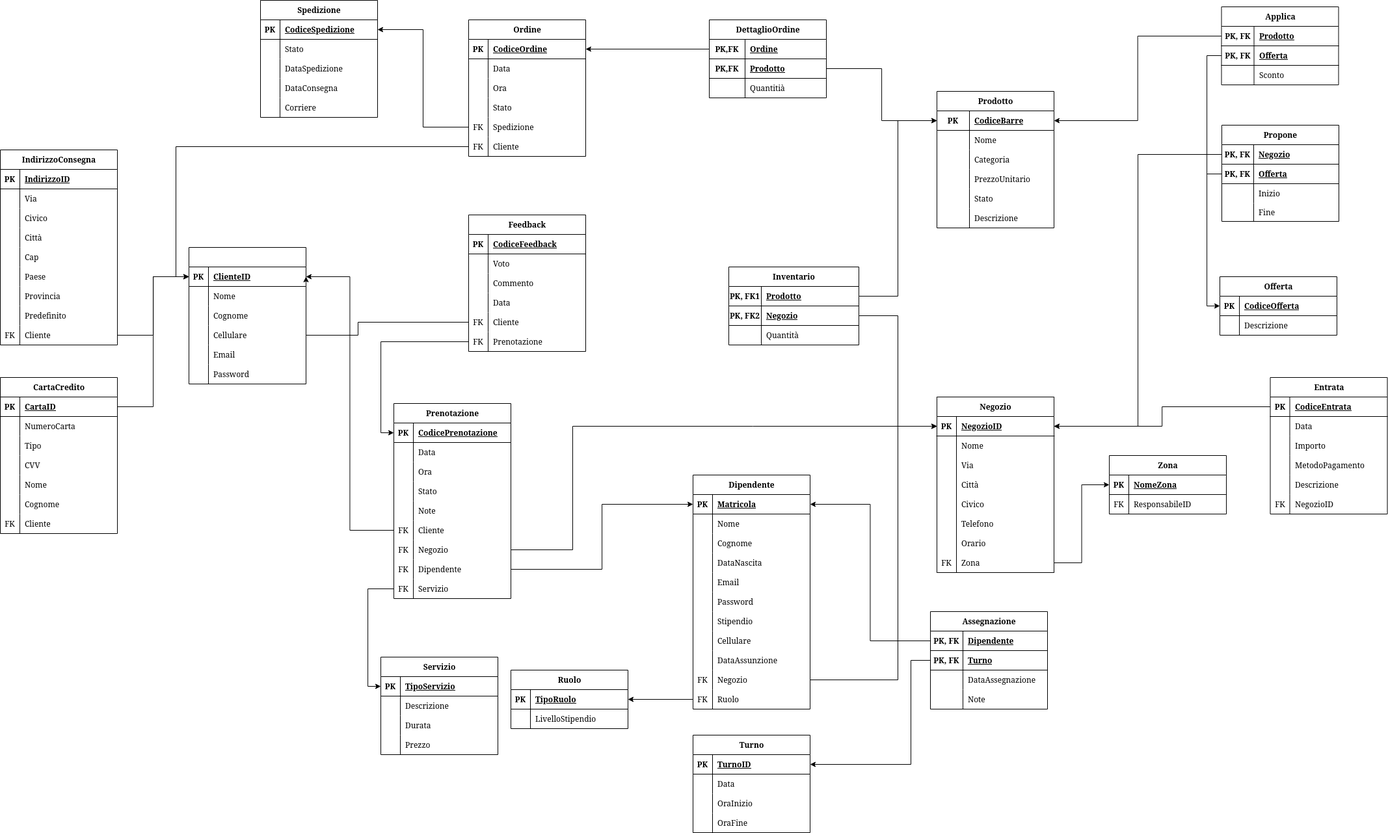
Above: fase_tre/images/logico.png in IonutZbir/ProgettoDatabase (draw.io), before the change. Source tidied: cells renumbered, new cells last; positions are measured from the earlier drawing's top-left corner, leaving out a move shared by most shapes.
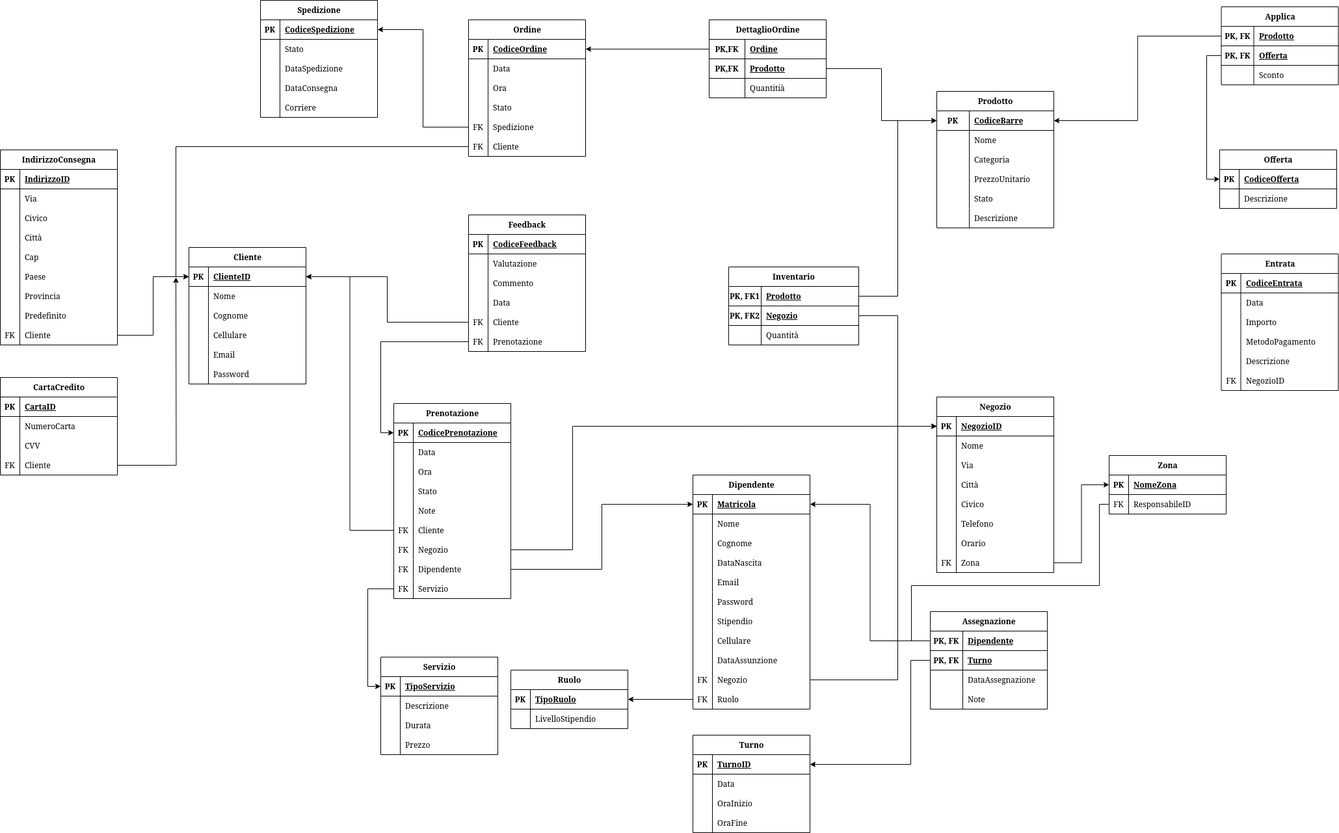
Above is the later version.

Change to the diagram source:
```diff
@@ -165,7 +165,7 @@
       <mxGeometry x="50" width="130" height="30" as="geometry" />
     </mxCell>
     <mxCell id="56" value="Entrata" style="shape=table;startSize=30;rowLines=0;fontStyle=1;align=center;html=1;" parent="1" vertex="1">
-      <mxGeometry x="1952.5" y="580" width="180" height="210" as="geometry" />
+      <mxGeometry x="1877.5" y="390" width="180" height="210" as="geometry" />
     </mxCell>
     <mxCell id="57" style="shape=tableRow;horizontal=0;startSize=0;swimlaneHead=0;swimlaneBody=0;fillColor=none;points=[[0,0.5],[1,0.5]];portConstraint=eastwest;top=0;left=0;right=0;bottom=1;" parent="56" vertex="1">
       <mxGeometry y="30" width="180" height="30" as="geometry" />
@@ -584,7 +584,7 @@
     <mxCell id="195" style="shape=partialRectangle;fillColor=none;top=0;left=0;bottom=0;right=0;overflow=hidden;whiteSpace=wrap;html=1;" parent="194" vertex="1">
       <mxGeometry width="30" height="30" as="geometry" />
     </mxCell>
-    <mxCell id="196" value="Voto" style="shape=partialRectangle;fillColor=none;top=0;left=0;bottom=0;right=0;align=left;spacingLeft=6;overflow=hidden;whiteSpace=wrap;html=1;" parent="194" vertex="1">
+    <mxCell id="196" value="Valutazione" style="shape=partialRectangle;fillColor=none;top=0;left=0;bottom=0;right=0;align=left;spacingLeft=6;overflow=hidden;whiteSpace=wrap;html=1;" parent="194" vertex="1">
       <mxGeometry x="30" width="150" height="30" as="geometry" />
     </mxCell>
     <mxCell id="197" style="shape=tableRow;horizontal=0;startSize=0;swimlaneHead=0;swimlaneBody=0;fillColor=none;top=0;left=0;right=0;bottom=0;" parent="190" vertex="1">
@@ -623,7 +623,7 @@
     <mxCell id="208" value="Prenotazione" style="shape=partialRectangle;fillColor=none;top=0;left=0;bottom=0;right=0;align=left;spacingLeft=6;overflow=hidden;whiteSpace=wrap;html=1;" parent="206" vertex="1">
       <mxGeometry x="30" width="150" height="30" as="geometry" />
     </mxCell>
-    <mxCell id="209" value="&amp;nbsp;" style="shape=table;startSize=30;rowLines=0;fontStyle=1;align=center;html=1;" parent="1" vertex="1">
+    <mxCell id="209" value="Cliente" style="shape=table;startSize=30;rowLines=0;fontStyle=1;align=center;html=1;" parent="1" vertex="1">
       <mxGeometry x="290" y="380" width="180" height="210" as="geometry" />
     </mxCell>
     <mxCell id="210" style="shape=tableRow;horizontal=0;startSize=0;swimlaneHead=0;swimlaneBody=0;fillColor=none;points=[[0,0.5],[1,0.5]];portConstraint=eastwest;top=0;left=0;right=0;bottom=1;" parent="209" vertex="1">
@@ -681,7 +681,7 @@
       <mxGeometry x="30" width="150" height="30" as="geometry" />
     </mxCell>
     <mxCell id="228" value="CartaCredito" style="shape=table;startSize=30;rowLines=0;fontStyle=1;align=center;html=1;" parent="1" vertex="1">
-      <mxGeometry y="580" width="180" height="240" as="geometry" />
+      <mxGeometry y="580" width="180" height="150" as="geometry" />
     </mxCell>
     <mxCell id="229" style="shape=tableRow;horizontal=0;startSize=0;swimlaneHead=0;swimlaneBody=0;fillColor=none;points=[[0,0.5],[1,0.5]];portConstraint=eastwest;top=0;left=0;right=0;bottom=1;" parent="228" vertex="1">
       <mxGeometry y="30" width="180" height="30" as="geometry" />
@@ -701,17 +701,8 @@
     <mxCell id="234" value="NumeroCarta" style="shape=partialRectangle;fillColor=none;top=0;left=0;bottom=0;right=0;align=left;spacingLeft=6;overflow=hidden;whiteSpace=wrap;html=1;" parent="232" vertex="1">
       <mxGeometry x="30" width="150" height="30" as="geometry" />
     </mxCell>
-    <mxCell id="235" style="shape=tableRow;horizontal=0;startSize=0;swimlaneHead=0;swimlaneBody=0;fillColor=none;top=0;left=0;right=0;bottom=0;" parent="228" vertex="1">
-      <mxGeometry y="90" width="180" height="30" as="geometry" />
-    </mxCell>
-    <mxCell id="236" style="shape=partialRectangle;fillColor=none;top=0;left=0;bottom=0;right=0;overflow=hidden;whiteSpace=wrap;html=1;" parent="235" vertex="1">
-      <mxGeometry width="30" height="30" as="geometry" />
-    </mxCell>
-    <mxCell id="237" value="Tipo" style="shape=partialRectangle;fillColor=none;top=0;left=0;bottom=0;right=0;align=left;spacingLeft=6;overflow=hidden;whiteSpace=wrap;html=1;" parent="235" vertex="1">
-      <mxGeometry x="30" width="150" height="30" as="geometry" />
-    </mxCell>
     <mxCell id="238" style="shape=tableRow;horizontal=0;startSize=0;swimlaneHead=0;swimlaneBody=0;fillColor=none;top=0;left=0;right=0;bottom=0;" parent="228" vertex="1">
-      <mxGeometry y="120" width="180" height="30" as="geometry" />
+      <mxGeometry y="90" width="180" height="30" as="geometry" />
     </mxCell>
     <mxCell id="239" style="shape=partialRectangle;fillColor=none;top=0;left=0;bottom=0;right=0;overflow=hidden;whiteSpace=wrap;html=1;" parent="238" vertex="1">
       <mxGeometry width="30" height="30" as="geometry" />
@@ -719,26 +710,8 @@
     <mxCell id="240" value="CVV" style="shape=partialRectangle;fillColor=none;top=0;left=0;bottom=0;right=0;align=left;spacingLeft=6;overflow=hidden;whiteSpace=wrap;html=1;" parent="238" vertex="1">
       <mxGeometry x="30" width="150" height="30" as="geometry" />
     </mxCell>
-    <mxCell id="241" style="shape=tableRow;horizontal=0;startSize=0;swimlaneHead=0;swimlaneBody=0;fillColor=none;top=0;left=0;right=0;bottom=0;" parent="228" vertex="1">
-      <mxGeometry y="150" width="180" height="30" as="geometry" />
-    </mxCell>
-    <mxCell id="242" style="shape=partialRectangle;fillColor=none;top=0;left=0;bottom=0;right=0;overflow=hidden;whiteSpace=wrap;html=1;" parent="241" vertex="1">
-      <mxGeometry width="30" height="30" as="geometry" />
-    </mxCell>
-    <mxCell id="243" value="Nome" style="shape=partialRectangle;fillColor=none;top=0;left=0;bottom=0;right=0;align=left;spacingLeft=6;overflow=hidden;whiteSpace=wrap;html=1;" parent="241" vertex="1">
-      <mxGeometry x="30" width="150" height="30" as="geometry" />
-    </mxCell>
-    <mxCell id="244" style="shape=tableRow;horizontal=0;startSize=0;swimlaneHead=0;swimlaneBody=0;fillColor=none;top=0;left=0;right=0;bottom=0;" parent="228" vertex="1">
-      <mxGeometry y="180" width="180" height="30" as="geometry" />
-    </mxCell>
-    <mxCell id="245" style="shape=partialRectangle;fillColor=none;top=0;left=0;bottom=0;right=0;overflow=hidden;whiteSpace=wrap;html=1;" parent="244" vertex="1">
-      <mxGeometry width="30" height="30" as="geometry" />
-    </mxCell>
-    <mxCell id="246" value="Cognome" style="shape=partialRectangle;fillColor=none;top=0;left=0;bottom=0;right=0;align=left;spacingLeft=6;overflow=hidden;whiteSpace=wrap;html=1;" parent="244" vertex="1">
-      <mxGeometry x="30" width="150" height="30" as="geometry" />
-    </mxCell>
     <mxCell id="247" style="shape=tableRow;horizontal=0;startSize=0;swimlaneHead=0;swimlaneBody=0;fillColor=none;points=[[0,0.5],[1,0.5]];portConstraint=eastwest;top=0;left=0;right=0;bottom=0;" parent="228" vertex="1">
-      <mxGeometry y="210" width="180" height="30" as="geometry" />
+      <mxGeometry y="120" width="180" height="30" as="geometry" />
     </mxCell>
     <mxCell id="248" value="FK" style="shape=partialRectangle;fillColor=none;top=0;left=0;bottom=0;right=0;overflow=hidden;whiteSpace=wrap;html=1;" parent="247" vertex="1">
       <mxGeometry width="30" height="30" as="geometry" />
@@ -966,7 +939,7 @@
       <mxGeometry x="55" width="125" height="30" as="geometry" />
     </mxCell>
     <mxCell id="323" value="Offerta" style="shape=table;startSize=30;rowLines=0;fontStyle=1;align=center;html=1;" parent="1" vertex="1">
-      <mxGeometry x="1875" y="425" width="180" height="90" as="geometry" />
+      <mxGeometry x="1875" y="230" width="180" height="90" as="geometry" />
     </mxCell>
     <mxCell id="324" style="shape=tableRow;horizontal=0;startSize=0;swimlaneHead=0;swimlaneBody=0;fillColor=none;points=[[0,0.5],[1,0.5]];portConstraint=eastwest;top=0;left=0;right=0;bottom=1;" parent="323" vertex="1">
       <mxGeometry y="30" width="180" height="30" as="geometry" />
@@ -1016,45 +989,6 @@
     <mxCell id="339" value="Sconto" style="shape=partialRectangle;fillColor=none;top=0;left=0;bottom=0;right=0;align=left;spacingLeft=6;overflow=hidden;whiteSpace=wrap;html=1;" parent="337" vertex="1">
       <mxGeometry x="50" width="130" height="30" as="geometry" />
     </mxCell>
-    <mxCell id="340" value="Propone" style="shape=table;startSize=30;rowLines=0;fontStyle=1;align=center;html=1;" parent="1" vertex="1">
-      <mxGeometry x="1878" y="192" width="180" height="148" as="geometry" />
-    </mxCell>
-    <mxCell id="341" style="shape=tableRow;horizontal=0;startSize=0;swimlaneHead=0;swimlaneBody=0;fillColor=none;points=[[0,0.5],[1,0.5]];portConstraint=eastwest;top=0;left=0;right=0;bottom=1;" parent="340" vertex="1">
-      <mxGeometry y="30" width="180" height="30" as="geometry" />
-    </mxCell>
-    <mxCell id="342" value="PK, FK" style="shape=partialRectangle;fillColor=none;top=0;left=0;bottom=0;right=0;fontStyle=1;overflow=hidden;whiteSpace=wrap;html=1;" parent="341" vertex="1">
-      <mxGeometry width="49" height="30" as="geometry" />
-    </mxCell>
-    <mxCell id="343" value="Negozio" style="shape=partialRectangle;fillColor=none;top=0;left=0;bottom=0;right=0;align=left;spacingLeft=6;fontStyle=5;overflow=hidden;whiteSpace=wrap;html=1;" parent="341" vertex="1">
-      <mxGeometry x="49" width="131" height="30" as="geometry" />
-    </mxCell>
-    <mxCell id="344" style="shape=tableRow;horizontal=0;startSize=0;swimlaneHead=0;swimlaneBody=0;fillColor=none;points=[[0,0.5],[1,0.5]];portConstraint=eastwest;top=0;left=0;right=0;bottom=1;" parent="340" vertex="1">
-      <mxGeometry y="60" width="180" height="30" as="geometry" />
-    </mxCell>
-    <mxCell id="345" value="PK, FK" style="shape=partialRectangle;fillColor=none;top=0;left=0;bottom=0;right=0;fontStyle=1;overflow=hidden;whiteSpace=wrap;html=1;" parent="344" vertex="1">
-      <mxGeometry width="49" height="30" as="geometry" />
-    </mxCell>
-    <mxCell id="346" value="Offerta" style="shape=partialRectangle;fillColor=none;top=0;left=0;bottom=0;right=0;align=left;spacingLeft=6;fontStyle=5;overflow=hidden;whiteSpace=wrap;html=1;" parent="344" vertex="1">
-      <mxGeometry x="49" width="131" height="30" as="geometry" />
-    </mxCell>
-    <mxCell id="347" style="shape=tableRow;horizontal=0;startSize=0;swimlaneHead=0;swimlaneBody=0;fillColor=none;top=0;left=0;right=0;bottom=0;" parent="340" vertex="1">
-      <mxGeometry y="90" width="180" height="30" as="geometry" />
-    </mxCell>
-    <mxCell id="348" style="shape=partialRectangle;fillColor=none;top=0;left=0;bottom=0;right=0;overflow=hidden;whiteSpace=wrap;html=1;" parent="347" vertex="1">
-      <mxGeometry width="49" height="30" as="geometry" />
-    </mxCell>
-    <mxCell id="349" value="Inizio" style="shape=partialRectangle;fillColor=none;top=0;left=0;bottom=0;right=0;align=left;spacingLeft=6;overflow=hidden;whiteSpace=wrap;html=1;" parent="347" vertex="1">
-      <mxGeometry x="49" width="131" height="30" as="geometry" />
-    </mxCell>
-    <mxCell id="350" style="shape=tableRow;horizontal=0;startSize=0;swimlaneHead=0;swimlaneBody=0;fillColor=none;top=0;left=0;right=0;bottom=0;" parent="340" vertex="1">
-      <mxGeometry y="120" width="180" height="28" as="geometry" />
-    </mxCell>
-    <mxCell id="351" style="shape=partialRectangle;fillColor=none;top=0;left=0;bottom=0;right=0;overflow=hidden;whiteSpace=wrap;html=1;" parent="350" vertex="1">
-      <mxGeometry width="49" height="28" as="geometry" />
-    </mxCell>
-    <mxCell id="352" value="Fine" style="shape=partialRectangle;fillColor=none;top=0;left=0;bottom=0;right=0;align=left;spacingLeft=6;overflow=hidden;whiteSpace=wrap;html=1;" parent="350" vertex="1">
-      <mxGeometry x="49" width="131" height="28" as="geometry" />
-    </mxCell>
     <mxCell id="353" style="edgeStyle=orthogonalEdgeStyle;rounded=0;jettySize=auto;html=1;entryX=0;entryY=0.5;entryDx=0;entryDy=0;" parent="1" edge="1" source="24" target="76">
       <mxGeometry relative="1" as="geometry" />
     </mxCell>
@@ -1070,17 +1004,9 @@
     <mxCell id="357" style="edgeStyle=orthogonalEdgeStyle;rounded=0;jettySize=auto;html=1;entryX=1;entryY=0.5;entryDx=0;entryDy=0;" parent="1" edge="1" source="331" target="38">
       <mxGeometry relative="1" as="geometry" />
     </mxCell>
-    <mxCell id="358" style="edgeStyle=orthogonalEdgeStyle;rounded=0;jettySize=auto;html=1;entryX=1;entryY=0.5;entryDx=0;entryDy=0;" parent="1" edge="1" source="341" target="3">
-      <mxGeometry relative="1" as="geometry" />
-    </mxCell>
     <mxCell id="359" style="edgeStyle=orthogonalEdgeStyle;rounded=0;jettySize=auto;html=1;entryX=0;entryY=0.5;entryDx=0;entryDy=0;" parent="1" edge="1" source="334" target="324">
       <mxGeometry relative="1" as="geometry" />
     </mxCell>
-    <mxCell id="360" style="edgeStyle=orthogonalEdgeStyle;shape=connector;rounded=0;jettySize=auto;html=1;exitX=0;exitY=0.5;exitDx=0;exitDy=0;strokeColor=default;align=center;verticalAlign=middle;fontFamily=Helvetica;fontSize=11;fontColor=default;labelBackgroundColor=default;endArrow=none;endFill=0;" parent="1" edge="1" source="344">
-      <mxGeometry relative="1" as="geometry">
-        <mxPoint x="1854.8" y="267" as="targetPoint" />
-      </mxGeometry>
-    </mxCell>
     <mxCell id="361" style="edgeStyle=orthogonalEdgeStyle;shape=connector;rounded=0;jettySize=auto;html=1;entryX=0;entryY=0.5;entryDx=0;entryDy=0;strokeColor=default;align=center;verticalAlign=middle;fontFamily=Helvetica;fontSize=11;fontColor=default;labelBackgroundColor=default;endArrow=classic;endFill=1;" parent="1" edge="1" source="130" target="3">
       <mxGeometry relative="1" as="geometry">
         <Array as="points">
@@ -1117,29 +1043,15 @@
         </Array>
       </mxGeometry>
     </mxCell>
-    <mxCell id="368" style="edgeStyle=orthogonalEdgeStyle;shape=connector;rounded=0;jettySize=auto;html=1;entryX=1;entryY=0.5;entryDx=0;entryDy=0;strokeColor=default;align=center;verticalAlign=middle;fontFamily=Helvetica;fontSize=11;fontColor=default;labelBackgroundColor=default;endArrow=classic;endFill=1;" parent="1" edge="1" source="57" target="3">
-      <mxGeometry relative="1" as="geometry" />
-    </mxCell>
     <mxCell id="369" style="edgeStyle=orthogonalEdgeStyle;shape=connector;rounded=0;jettySize=auto;html=1;entryX=1;entryY=0.5;entryDx=0;entryDy=0;strokeColor=default;align=center;verticalAlign=middle;fontFamily=Helvetica;fontSize=11;fontColor=default;labelBackgroundColor=default;endArrow=classic;endFill=1;" parent="1" edge="1" source="165" target="210">
       <mxGeometry relative="1" as="geometry" />
     </mxCell>
-    <mxCell id="370" style="edgeStyle=orthogonalEdgeStyle;shape=connector;rounded=0;jettySize=auto;html=1;entryX=1;entryY=0.5;entryDx=0;entryDy=0;strokeColor=default;align=center;verticalAlign=middle;fontFamily=Helvetica;fontSize=11;fontColor=default;labelBackgroundColor=default;endArrow=classic;endFill=1;" parent="1" edge="1" source="203" target="210">
-      <mxGeometry relative="1" as="geometry">
-        <Array as="points">
-          <mxPoint x="550" y="495" />
-          <mxPoint x="550" y="515" />
-        </Array>
-      </mxGeometry>
-    </mxCell>
     <mxCell id="371" style="edgeStyle=orthogonalEdgeStyle;shape=connector;rounded=0;jettySize=auto;html=1;entryX=0;entryY=0.5;entryDx=0;entryDy=0;strokeColor=default;align=center;verticalAlign=middle;fontFamily=Helvetica;fontSize=11;fontColor=default;labelBackgroundColor=default;endArrow=classic;endFill=1;" parent="1" edge="1" source="206" target="150">
       <mxGeometry relative="1" as="geometry" />
     </mxCell>
     <mxCell id="372" style="edgeStyle=orthogonalEdgeStyle;shape=connector;rounded=0;jettySize=auto;html=1;entryX=0;entryY=0.5;entryDx=0;entryDy=0;strokeColor=default;align=center;verticalAlign=middle;fontFamily=Helvetica;fontSize=11;fontColor=default;labelBackgroundColor=default;endArrow=classic;endFill=1;" parent="1" edge="1" source="275" target="210">
       <mxGeometry relative="1" as="geometry" />
     </mxCell>
-    <mxCell id="373" style="edgeStyle=orthogonalEdgeStyle;shape=connector;rounded=0;jettySize=auto;html=1;entryX=0;entryY=0.5;entryDx=0;entryDy=0;strokeColor=default;align=center;verticalAlign=middle;fontFamily=Helvetica;fontSize=11;fontColor=default;labelBackgroundColor=default;endArrow=classic;endFill=1;" parent="1" edge="1" source="229" target="210">
-      <mxGeometry relative="1" as="geometry" />
-    </mxCell>
     <mxCell id="374" style="edgeStyle=orthogonalEdgeStyle;shape=connector;rounded=0;jettySize=auto;html=1;entryX=0;entryY=0.5;entryDx=0;entryDy=0;strokeColor=default;align=center;verticalAlign=middle;fontFamily=Helvetica;fontSize=11;fontColor=default;labelBackgroundColor=default;endArrow=classic;endFill=1;" parent="1" edge="1" source="317" target="38">
       <mxGeometry relative="1" as="geometry" />
     </mxCell>
@@ -1152,5 +1064,27 @@
     <mxCell id="377" style="edgeStyle=orthogonalEdgeStyle;shape=connector;rounded=0;jettySize=auto;html=1;entryX=1;entryY=0.5;entryDx=0;entryDy=0;strokeColor=default;align=center;verticalAlign=middle;fontFamily=Helvetica;fontSize=11;fontColor=default;labelBackgroundColor=default;endArrow=classic;endFill=1;" parent="1" edge="1" source="314" target="279">
       <mxGeometry relative="1" as="geometry" />
     </mxCell>
+    <mxCell id="378" style="edgeStyle=orthogonalEdgeStyle;rounded=0;jettySize=auto;html=1;endArrow=none;startFill=0;" parent="1" edge="1" source="79">
+      <mxGeometry relative="1" as="geometry">
+        <mxPoint x="1400" y="985" as="targetPoint" />
+        <Array as="points">
+          <mxPoint x="1690" y="775" />
+          <mxPoint x="1690" y="900" />
+          <mxPoint x="1401" y="900" />
+          <mxPoint x="1401" y="985" />
+        </Array>
+      </mxGeometry>
+    </mxCell>
+    <mxCell id="379" value="&amp;nbsp;" style="text;whiteSpace=wrap;html=1;" parent="1" vertex="1">
+      <mxGeometry x="1720" y="950" width="40" height="40" as="geometry" />
+    </mxCell>
+    <mxCell id="380" style="edgeStyle=orthogonalEdgeStyle;rounded=0;jettySize=auto;html=1;" parent="1" edge="1" source="247">
+      <mxGeometry relative="1" as="geometry">
+        <mxPoint x="270" y="426" as="targetPoint" />
+      </mxGeometry>
+    </mxCell>
+    <mxCell id="370" style="edgeStyle=orthogonalEdgeStyle;rounded=0;jettySize=auto;html=1;entryX=1;entryY=0.5;entryDx=0;entryDy=0;" parent="1" edge="1" source="203" target="210">
+      <mxGeometry relative="1" as="geometry" />
+    </mxCell>
   </root>
 </mxGraphModel>
```
